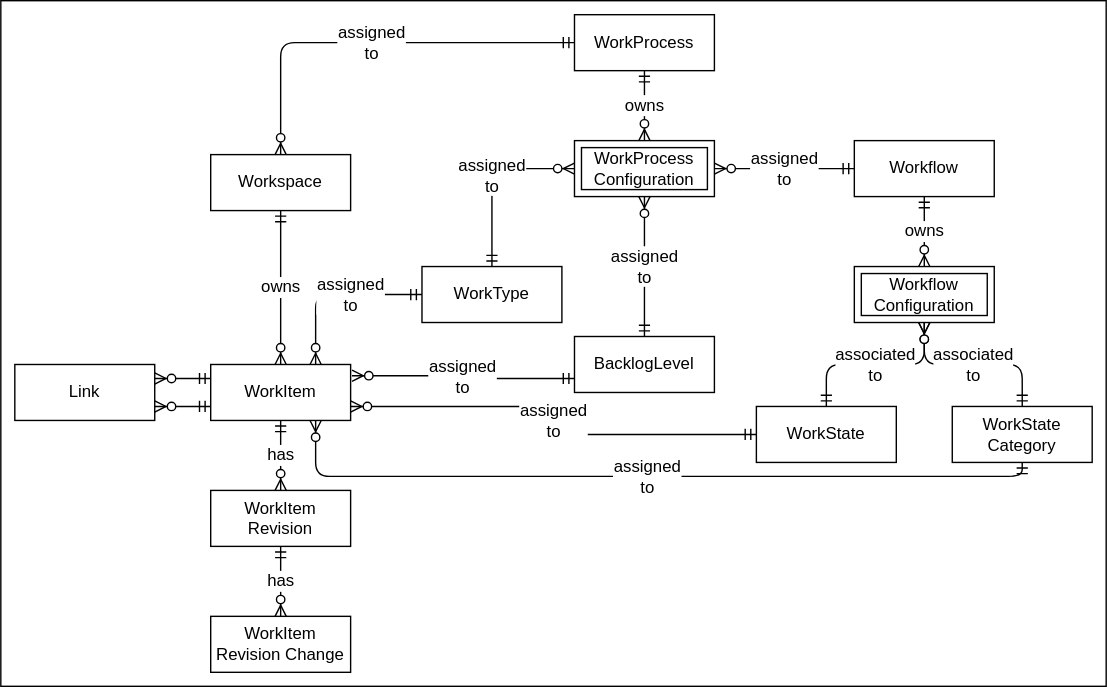
Earlier version of the draw.io export docs/work-domain-erd.drawio.svg (destacey/Moda). Source tidied: cells renumbered, new cells last; positions are measured from the earlier drawing's top-left corner, leaving out a move shared by most shapes. The source it was exported from:
```xml
<mxGraphModel>
  <root>
    <mxCell id="0" />
    <mxCell id="1" parent="0" />
    <mxCell id="2" style="rounded=0;whiteSpace=wrap;html=1;" parent="1" vertex="1">
      <mxGeometry width="790" height="490" as="geometry" />
    </mxCell>
    <mxCell id="3" value="owns" style="fontSize=12;html=1;endArrow=ERzeroToMany;startArrow=ERmandOne;" parent="1" edge="1" source="9" target="10">
      <mxGeometry relative="1" as="geometry" />
    </mxCell>
    <mxCell id="4" style="edgeStyle=entityRelationEdgeStyle;fontSize=12;html=1;endArrow=ERzeroToMany;startArrow=ERmandOne;entryX=1;entryY=0.25;entryDx=0;entryDy=0;exitX=0;exitY=0.25;exitDx=0;exitDy=0;" parent="1" edge="1" source="10" target="11">
      <mxGeometry relative="1" as="geometry" />
    </mxCell>
    <mxCell id="5" style="edgeStyle=entityRelationEdgeStyle;fontSize=12;html=1;endArrow=ERzeroToMany;startArrow=ERmandOne;entryX=1;entryY=0.75;entryDx=0;entryDy=0;exitX=0;exitY=0.75;exitDx=0;exitDy=0;" parent="1" edge="1" source="10" target="11">
      <mxGeometry relative="1" as="geometry" />
    </mxCell>
    <mxCell id="6" value="associated&lt;br&gt;to" style="edgeStyle=orthogonalEdgeStyle;fontSize=12;html=1;endArrow=ERzeroToMany;startArrow=ERmandOne;" parent="1" edge="1" source="20" target="22">
      <mxGeometry relative="1" as="geometry" />
    </mxCell>
    <mxCell id="7" value="has" style="fontSize=12;html=1;endArrow=ERzeroToMany;startArrow=ERmandOne;" parent="1" edge="1" source="12" target="13">
      <mxGeometry relative="1" as="geometry" />
    </mxCell>
    <mxCell id="8" value="has" style="fontSize=12;html=1;endArrow=ERzeroToMany;startArrow=ERmandOne;" parent="1" edge="1" source="10" target="12">
      <mxGeometry relative="1" as="geometry" />
    </mxCell>
    <mxCell id="9" value="Workspace" style="whiteSpace=wrap;html=1;align=center;" parent="1" vertex="1">
      <mxGeometry x="150" y="110" width="100" height="40" as="geometry" />
    </mxCell>
    <mxCell id="10" value="WorkItem" style="whiteSpace=wrap;html=1;align=center;" parent="1" vertex="1">
      <mxGeometry x="150" y="260" width="100" height="40" as="geometry" />
    </mxCell>
    <mxCell id="11" value="Link" style="whiteSpace=wrap;html=1;align=center;" parent="1" vertex="1">
      <mxGeometry x="10" y="260" width="100" height="40" as="geometry" />
    </mxCell>
    <mxCell id="12" value="WorkItem Revision" style="whiteSpace=wrap;html=1;align=center;" parent="1" vertex="1">
      <mxGeometry x="150" y="350" width="100" height="40" as="geometry" />
    </mxCell>
    <mxCell id="13" value="WorkItem Revision Change" style="whiteSpace=wrap;html=1;align=center;" parent="1" vertex="1">
      <mxGeometry x="150" y="440" width="100" height="40" as="geometry" />
    </mxCell>
    <mxCell id="14" value="WorkProcess" style="whiteSpace=wrap;html=1;align=center;" parent="1" vertex="1">
      <mxGeometry x="410" y="10" width="100" height="40" as="geometry" />
    </mxCell>
    <mxCell id="15" value="owns" style="fontSize=12;html=1;endArrow=ERzeroToMany;startArrow=ERmandOne;" parent="1" edge="1" source="14" target="17">
      <mxGeometry relative="1" as="geometry" />
    </mxCell>
    <mxCell id="16" value="assigned&lt;br&gt;to" style="fontSize=12;html=1;endArrow=ERzeroToMany;startArrow=ERmandOne;edgeStyle=orthogonalEdgeStyle;" parent="1" edge="1" source="14" target="9">
      <mxGeometry relative="1" as="geometry" />
    </mxCell>
    <mxCell id="17" value="WorkProcess Configuration" style="shape=ext;margin=3;double=1;whiteSpace=wrap;html=1;align=center;" parent="1" vertex="1">
      <mxGeometry x="410" y="100" width="100" height="40" as="geometry" />
    </mxCell>
    <mxCell id="18" value="WorkType" style="whiteSpace=wrap;html=1;align=center;" parent="1" vertex="1">
      <mxGeometry x="301" y="190" width="100" height="40" as="geometry" />
    </mxCell>
    <mxCell id="19" value="BacklogLevel" style="whiteSpace=wrap;html=1;align=center;" parent="1" vertex="1">
      <mxGeometry x="410" y="240" width="100" height="40" as="geometry" />
    </mxCell>
    <mxCell id="20" value="WorkState" style="whiteSpace=wrap;html=1;align=center;" parent="1" vertex="1">
      <mxGeometry x="540" y="290" width="100" height="40" as="geometry" />
    </mxCell>
    <mxCell id="21" value="Workflow" style="whiteSpace=wrap;html=1;align=center;" parent="1" vertex="1">
      <mxGeometry x="610" y="100" width="100" height="40" as="geometry" />
    </mxCell>
    <mxCell id="22" value="Workflow Configuration" style="shape=ext;margin=3;double=1;whiteSpace=wrap;html=1;align=center;" parent="1" vertex="1">
      <mxGeometry x="610" y="190" width="100" height="40" as="geometry" />
    </mxCell>
    <mxCell id="23" value="owns" style="fontSize=12;html=1;endArrow=ERzeroToMany;startArrow=ERmandOne;" parent="1" edge="1" source="21" target="22">
      <mxGeometry relative="1" as="geometry" />
    </mxCell>
    <mxCell id="24" value="WorkState Category" style="whiteSpace=wrap;html=1;align=center;" parent="1" vertex="1">
      <mxGeometry x="680" y="290" width="100" height="40" as="geometry" />
    </mxCell>
    <mxCell id="25" value="associated&lt;br&gt;to" style="edgeStyle=orthogonalEdgeStyle;fontSize=12;html=1;endArrow=ERzeroToMany;startArrow=ERmandOne;" parent="1" edge="1" source="24" target="22">
      <mxGeometry relative="1" as="geometry" />
    </mxCell>
    <mxCell id="26" value="assigned&lt;br&gt;to" style="edgeStyle=orthogonalEdgeStyle;fontSize=12;html=1;endArrow=ERzeroToMany;startArrow=ERmandOne;" parent="1" edge="1" source="18">
      <mxGeometry x="-0.19" relative="1" as="geometry">
        <mxPoint x="225" y="260" as="targetPoint" />
      </mxGeometry>
    </mxCell>
    <mxCell id="27" value="assigned&lt;br&gt;to" style="edgeStyle=orthogonalEdgeStyle;fontSize=12;html=1;endArrow=ERzeroToMany;startArrow=ERmandOne;entryX=1.01;entryY=0.2;entryDx=0;entryDy=0;entryPerimeter=0;exitX=0;exitY=0.75;exitDx=0;exitDy=0;" parent="1" edge="1" source="19" target="10">
      <mxGeometry relative="1" as="geometry" />
    </mxCell>
    <mxCell id="28" value="assigned&lt;br&gt;to" style="edgeStyle=orthogonalEdgeStyle;fontSize=12;html=1;endArrow=ERzeroToMany;startArrow=ERmandOne;entryX=0;entryY=0.5;entryDx=0;entryDy=0;exitX=0.5;exitY=0;exitDx=0;exitDy=0;" parent="1" edge="1" source="18" target="17">
      <mxGeometry relative="1" as="geometry" />
    </mxCell>
    <mxCell id="29" value="assigned&lt;br&gt;to" style="edgeStyle=orthogonalEdgeStyle;fontSize=12;html=1;endArrow=ERzeroToMany;startArrow=ERmandOne;exitX=0.5;exitY=0;exitDx=0;exitDy=0;" parent="1" edge="1" source="19" target="17">
      <mxGeometry relative="1" as="geometry" />
    </mxCell>
    <mxCell id="30" value="assigned&lt;br&gt;to" style="edgeStyle=orthogonalEdgeStyle;fontSize=12;html=1;endArrow=ERzeroToMany;startArrow=ERmandOne;entryX=1;entryY=0.5;entryDx=0;entryDy=0;" parent="1" edge="1" source="21" target="17">
      <mxGeometry relative="1" as="geometry" />
    </mxCell>
    <mxCell id="31" value="assigned&lt;br&gt;to" style="edgeStyle=orthogonalEdgeStyle;fontSize=12;html=1;endArrow=ERzeroToMany;startArrow=ERmandOne;entryX=1;entryY=0.75;entryDx=0;entryDy=0;exitX=0;exitY=0.5;exitDx=0;exitDy=0;" parent="1" edge="1" source="20" target="10">
      <mxGeometry relative="1" as="geometry" />
    </mxCell>
    <mxCell id="32" value="assigned&lt;br&gt;to" style="edgeStyle=orthogonalEdgeStyle;fontSize=12;html=1;endArrow=ERzeroToMany;startArrow=ERmandOne;entryX=0.75;entryY=1;entryDx=0;entryDy=0;exitX=0.5;exitY=1;exitDx=0;exitDy=0;" parent="1" edge="1" source="24" target="10">
      <mxGeometry relative="1" as="geometry" />
    </mxCell>
  </root>
</mxGraphModel>
```
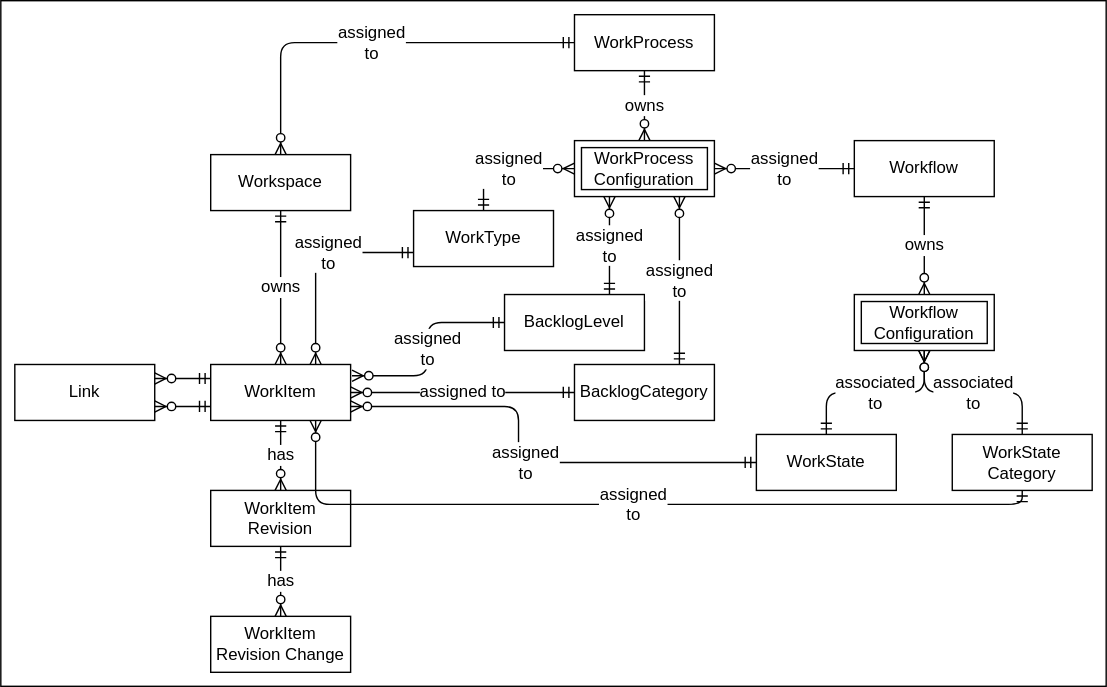
The same diagram one commit later.

Commit message:
Updated the BacklogLevel domain model and added it to the db context.

The edit, as a diff of the source:
```diff
@@ -51,51 +51,65 @@
       <mxGeometry x="410" y="100" width="100" height="40" as="geometry" />
     </mxCell>
     <mxCell id="18" value="WorkType" style="whiteSpace=wrap;html=1;align=center;" parent="1" vertex="1">
-      <mxGeometry x="301" y="190" width="100" height="40" as="geometry" />
+      <mxGeometry x="295" y="150" width="100" height="40" as="geometry" />
     </mxCell>
     <mxCell id="19" value="BacklogLevel" style="whiteSpace=wrap;html=1;align=center;" parent="1" vertex="1">
-      <mxGeometry x="410" y="240" width="100" height="40" as="geometry" />
+      <mxGeometry x="360" y="210" width="100" height="40" as="geometry" />
     </mxCell>
     <mxCell id="20" value="WorkState" style="whiteSpace=wrap;html=1;align=center;" parent="1" vertex="1">
-      <mxGeometry x="540" y="290" width="100" height="40" as="geometry" />
+      <mxGeometry x="540" y="310" width="100" height="40" as="geometry" />
     </mxCell>
     <mxCell id="21" value="Workflow" style="whiteSpace=wrap;html=1;align=center;" parent="1" vertex="1">
       <mxGeometry x="610" y="100" width="100" height="40" as="geometry" />
     </mxCell>
     <mxCell id="22" value="Workflow Configuration" style="shape=ext;margin=3;double=1;whiteSpace=wrap;html=1;align=center;" parent="1" vertex="1">
-      <mxGeometry x="610" y="190" width="100" height="40" as="geometry" />
+      <mxGeometry x="610" y="210" width="100" height="40" as="geometry" />
     </mxCell>
     <mxCell id="23" value="owns" style="fontSize=12;html=1;endArrow=ERzeroToMany;startArrow=ERmandOne;" parent="1" edge="1" source="21" target="22">
       <mxGeometry relative="1" as="geometry" />
     </mxCell>
     <mxCell id="24" value="WorkState Category" style="whiteSpace=wrap;html=1;align=center;" parent="1" vertex="1">
-      <mxGeometry x="680" y="290" width="100" height="40" as="geometry" />
+      <mxGeometry x="680" y="310" width="100" height="40" as="geometry" />
     </mxCell>
     <mxCell id="25" value="associated&lt;br&gt;to" style="edgeStyle=orthogonalEdgeStyle;fontSize=12;html=1;endArrow=ERzeroToMany;startArrow=ERmandOne;" parent="1" edge="1" source="24" target="22">
       <mxGeometry relative="1" as="geometry" />
     </mxCell>
-    <mxCell id="26" value="assigned&lt;br&gt;to" style="edgeStyle=orthogonalEdgeStyle;fontSize=12;html=1;endArrow=ERzeroToMany;startArrow=ERmandOne;" parent="1" edge="1" source="18">
+    <mxCell id="26" value="assigned&lt;br&gt;to" style="edgeStyle=orthogonalEdgeStyle;fontSize=12;html=1;endArrow=ERzeroToMany;startArrow=ERmandOne;exitX=0;exitY=0.75;exitDx=0;exitDy=0;" parent="1" edge="1" source="18">
       <mxGeometry x="-0.19" relative="1" as="geometry">
         <mxPoint x="225" y="260" as="targetPoint" />
       </mxGeometry>
     </mxCell>
-    <mxCell id="27" value="assigned&lt;br&gt;to" style="edgeStyle=orthogonalEdgeStyle;fontSize=12;html=1;endArrow=ERzeroToMany;startArrow=ERmandOne;entryX=1.01;entryY=0.2;entryDx=0;entryDy=0;entryPerimeter=0;exitX=0;exitY=0.75;exitDx=0;exitDy=0;" parent="1" edge="1" source="19" target="10">
+    <mxCell id="27" value="assigned&lt;br&gt;to" style="edgeStyle=orthogonalEdgeStyle;fontSize=12;html=1;endArrow=ERzeroToMany;startArrow=ERmandOne;entryX=1.01;entryY=0.2;entryDx=0;entryDy=0;entryPerimeter=0;exitX=0;exitY=0.5;exitDx=0;exitDy=0;" parent="1" edge="1" source="19" target="10">
       <mxGeometry relative="1" as="geometry" />
     </mxCell>
     <mxCell id="28" value="assigned&lt;br&gt;to" style="edgeStyle=orthogonalEdgeStyle;fontSize=12;html=1;endArrow=ERzeroToMany;startArrow=ERmandOne;entryX=0;entryY=0.5;entryDx=0;entryDy=0;exitX=0.5;exitY=0;exitDx=0;exitDy=0;" parent="1" edge="1" source="18" target="17">
       <mxGeometry relative="1" as="geometry" />
     </mxCell>
-    <mxCell id="29" value="assigned&lt;br&gt;to" style="edgeStyle=orthogonalEdgeStyle;fontSize=12;html=1;endArrow=ERzeroToMany;startArrow=ERmandOne;exitX=0.5;exitY=0;exitDx=0;exitDy=0;" parent="1" edge="1" source="19" target="17">
+    <mxCell id="29" value="assigned&lt;br&gt;to" style="edgeStyle=orthogonalEdgeStyle;fontSize=12;html=1;endArrow=ERzeroToMany;startArrow=ERmandOne;exitX=0.75;exitY=0;exitDx=0;exitDy=0;entryX=0.25;entryY=1;entryDx=0;entryDy=0;" parent="1" edge="1" source="19" target="17">
       <mxGeometry relative="1" as="geometry" />
     </mxCell>
     <mxCell id="30" value="assigned&lt;br&gt;to" style="edgeStyle=orthogonalEdgeStyle;fontSize=12;html=1;endArrow=ERzeroToMany;startArrow=ERmandOne;entryX=1;entryY=0.5;entryDx=0;entryDy=0;" parent="1" edge="1" source="21" target="17">
       <mxGeometry relative="1" as="geometry" />
     </mxCell>
     <mxCell id="31" value="assigned&lt;br&gt;to" style="edgeStyle=orthogonalEdgeStyle;fontSize=12;html=1;endArrow=ERzeroToMany;startArrow=ERmandOne;entryX=1;entryY=0.75;entryDx=0;entryDy=0;exitX=0;exitY=0.5;exitDx=0;exitDy=0;" parent="1" edge="1" source="20" target="10">
-      <mxGeometry relative="1" as="geometry" />
+      <mxGeometry relative="1" as="geometry">
+        <Array as="points">
+          <mxPoint x="370" y="330" />
+          <mxPoint x="370" y="290" />
+        </Array>
+      </mxGeometry>
     </mxCell>
     <mxCell id="32" value="assigned&lt;br&gt;to" style="edgeStyle=orthogonalEdgeStyle;fontSize=12;html=1;endArrow=ERzeroToMany;startArrow=ERmandOne;entryX=0.75;entryY=1;entryDx=0;entryDy=0;exitX=0.5;exitY=1;exitDx=0;exitDy=0;" parent="1" edge="1" source="24" target="10">
       <mxGeometry relative="1" as="geometry" />
     </mxCell>
+    <mxCell id="33" value="BacklogCategory" style="whiteSpace=wrap;html=1;align=center;" parent="1" vertex="1">
+      <mxGeometry x="410" y="260" width="100" height="40" as="geometry" />
+    </mxCell>
+    <mxCell id="34" value="assigned&lt;br&gt;to" style="edgeStyle=orthogonalEdgeStyle;fontSize=12;html=1;endArrow=ERzeroToMany;startArrow=ERmandOne;exitX=0.75;exitY=0;exitDx=0;exitDy=0;entryX=0.75;entryY=1;entryDx=0;entryDy=0;" parent="1" edge="1" source="33" target="17">
+      <mxGeometry relative="1" as="geometry" />
+    </mxCell>
+    <mxCell id="35" value="assigned&amp;nbsp;to" style="edgeStyle=orthogonalEdgeStyle;fontSize=12;html=1;endArrow=ERzeroToMany;startArrow=ERmandOne;entryX=1;entryY=0.5;entryDx=0;entryDy=0;exitX=0;exitY=0.5;exitDx=0;exitDy=0;" parent="1" edge="1" source="33" target="10">
+      <mxGeometry relative="1" as="geometry" />
+    </mxCell>
   </root>
 </mxGraphModel>
```
